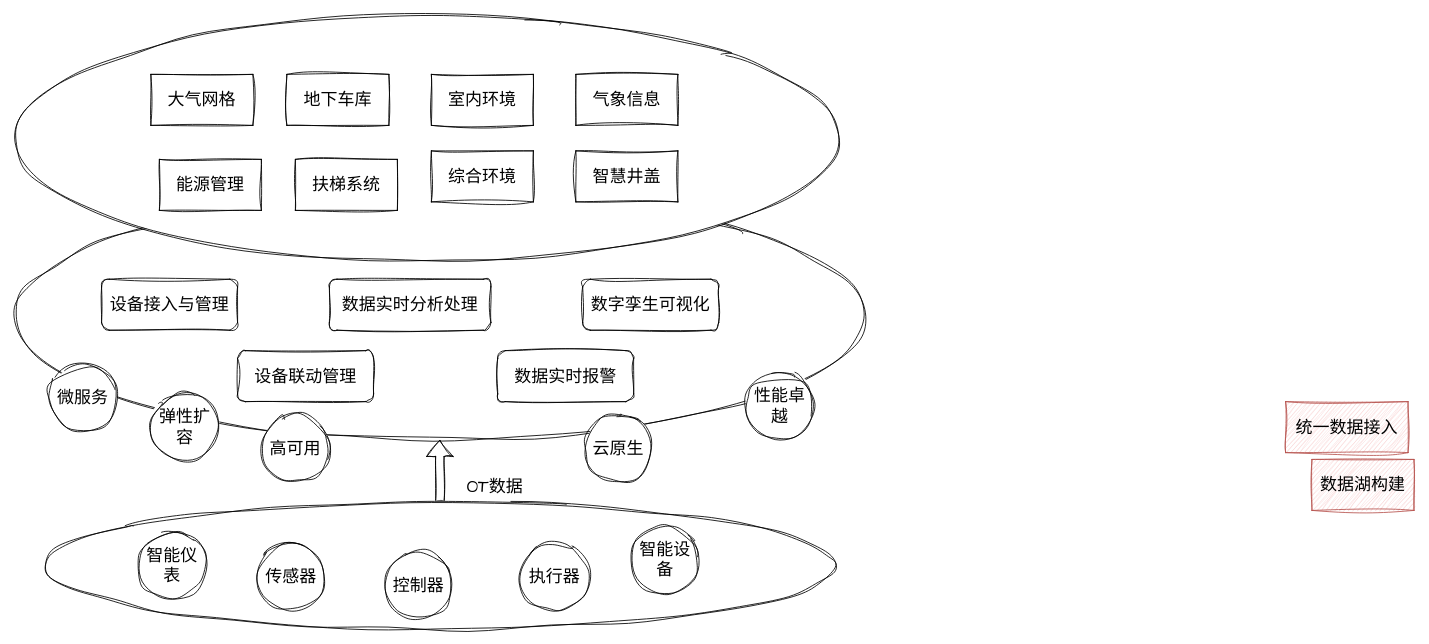
The draw.io diagram page "Saas架构" (1 of 3) of qiwu.drawio in viking-wj/software, before the edit. Source tidied: cells renumbered, new cells numbered last; positions are measured from the earlier drawing's top-left corner, leaving out a move shared by most shapes. Both pictures are drawn from the tidied source at 85%, with x=0, y=0 at pixel (14, 14).
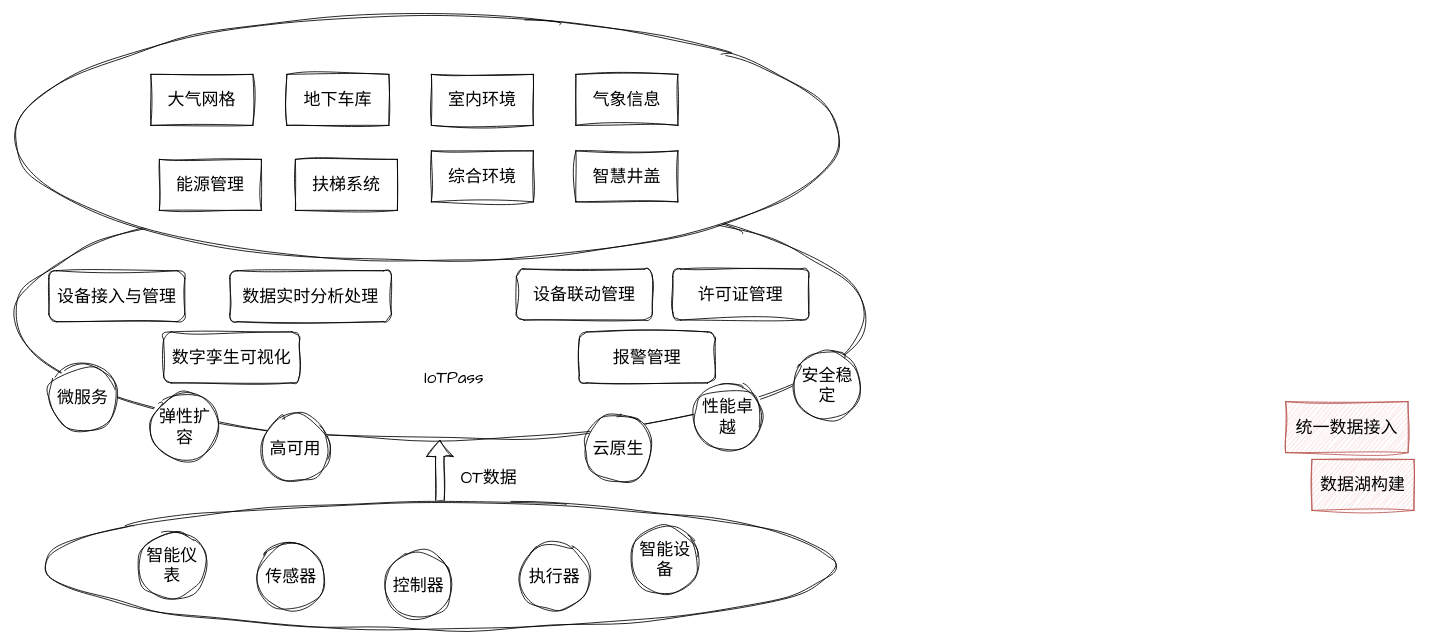
Above is the later version.

Change to the diagram source:
```diff
@@
     <mxCell id="4" value="设备接入与管理" style="rounded=1;whiteSpace=wrap;html=1;sketch=1;hachureGap=4;jiggle=2;curveFitting=1;fontFamily=Architects Daughter;fontSize=20;" parent="1" vertex="1">
-      <mxGeometry x="102" y="311" width="160" height="60" as="geometry" />
+      <mxGeometry x="40" y="301" width="160" height="60" as="geometry" />
     </mxCell>
     <mxCell id="5" value="数据实时分析处理" style="rounded=1;whiteSpace=wrap;html=1;sketch=1;hachureGap=4;jiggle=2;curveFitting=1;fontFamily=Architects Daughter;fontSize=20;" parent="1" vertex="1">
-      <mxGeometry x="370" y="311" width="190" height="60" as="geometry" />
+      <mxGeometry x="253" y="301" width="190" height="60" as="geometry" />
     </mxCell>
     <mxCell id="6" value="数字孪生可视化" style="rounded=1;whiteSpace=wrap;html=1;sketch=1;hachureGap=4;jiggle=2;curveFitting=1;fontFamily=Architects Daughter;fontSize=20;" parent="1" vertex="1">
-      <mxGeometry x="668" y="311" width="160" height="60" as="geometry" />
+      <mxGeometry x="175" y="373" width="160" height="60" as="geometry" />
     </mxCell>
-    <mxCell id="7" value="数据实时报警" style="rounded=1;whiteSpace=wrap;html=1;sketch=1;hachureGap=4;jiggle=2;curveFitting=1;fontFamily=Architects Daughter;fontSize=20;" parent="1" vertex="1">
-      <mxGeometry x="568" y="395" width="160" height="60" as="geometry" />
+    <mxCell id="7" value="报警管理" style="rounded=1;whiteSpace=wrap;html=1;sketch=1;hachureGap=4;jiggle=2;curveFitting=1;fontFamily=Architects Daughter;fontSize=20;" parent="1" vertex="1">
+      <mxGeometry x="664" y="373" width="160" height="60" as="geometry" />
     </mxCell>
     <mxCell id="8" value="设备联动管理" style="rounded=1;whiteSpace=wrap;html=1;sketch=1;hachureGap=4;jiggle=2;curveFitting=1;fontFamily=Architects Daughter;fontSize=20;" parent="1" vertex="1">
-      <mxGeometry x="262" y="395" width="160" height="60" as="geometry" />
+      <mxGeometry x="590" y="299" width="160" height="60" as="geometry" />
     </mxCell>
@@
     <mxCell id="13" value="性能卓越" style="ellipse;whiteSpace=wrap;html=1;sketch=1;hachureGap=4;jiggle=2;curveFitting=1;fontFamily=Architects Daughter;fontSize=20;" parent="1" vertex="1">
-      <mxGeometry x="860" y="420" width="80" height="80" as="geometry" />
+      <mxGeometry x="799" y="433" width="80" height="80" as="geometry" />
     </mxCell>
     <mxCell id="14" value="OT数据" style="text;html=1;strokeColor=none;fillColor=none;align=center;verticalAlign=middle;whiteSpace=wrap;rounded=0;fontSize=20;fontFamily=Architects Daughter;" parent="1" vertex="1">
-      <mxGeometry x="510" y="540" width="110" height="30" as="geometry" />
+      <mxGeometry x="503" y="529" width="110" height="30" as="geometry" />
     </mxCell>
@@
+    <mxCell id="34" value="IoTPass" style="text;html=1;strokeColor=none;fillColor=none;align=center;verticalAlign=middle;whiteSpace=wrap;rounded=0;fontSize=20;fontFamily=Architects Daughter;" parent="1" vertex="1">
+      <mxGeometry x="457" y="404" width="120" height="44" as="geometry" />
+    </mxCell>
+    <mxCell id="35" value="许可证管理" style="rounded=1;whiteSpace=wrap;html=1;sketch=1;hachureGap=4;jiggle=2;curveFitting=1;fontFamily=Architects Daughter;fontSize=20;" parent="1" vertex="1">
+      <mxGeometry x="774" y="299" width="160" height="60" as="geometry" />
+    </mxCell>
+    <mxCell id="36" value="安全稳定" style="ellipse;whiteSpace=wrap;html=1;sketch=1;hachureGap=4;jiggle=2;curveFitting=1;fontFamily=Architects Daughter;fontSize=20;" parent="1" vertex="1">
+      <mxGeometry x="916" y="396" width="80" height="80" as="geometry" />
+    </mxCell>
```
